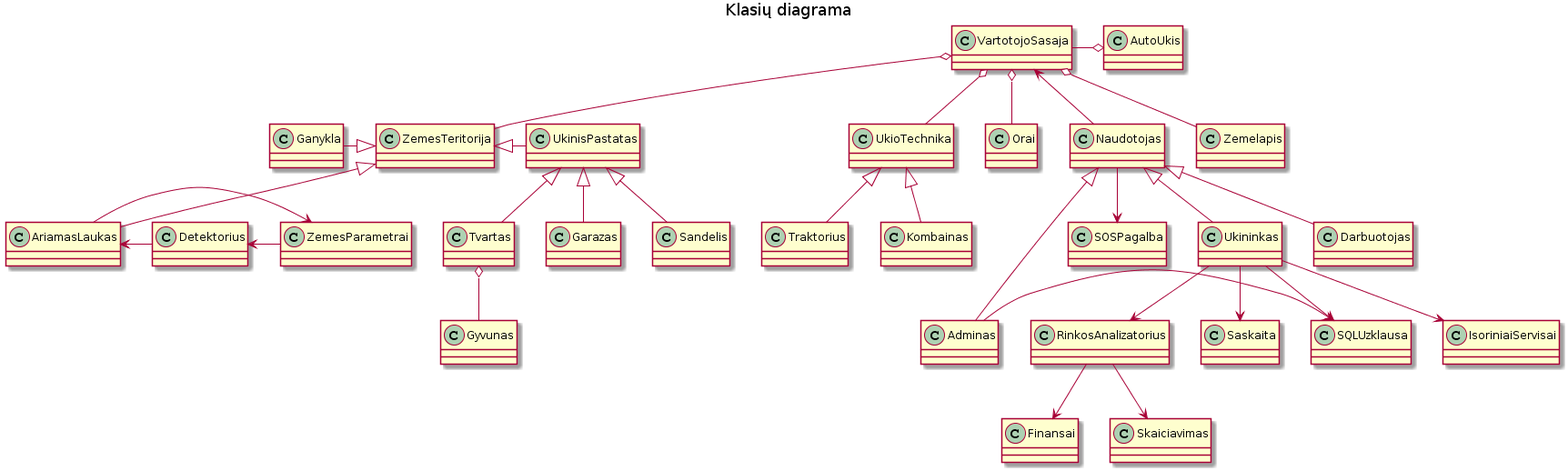
macro161/autoukis keeps this PlantUML diagram as Latex/Klasesv2.png. Above is the earlier version.
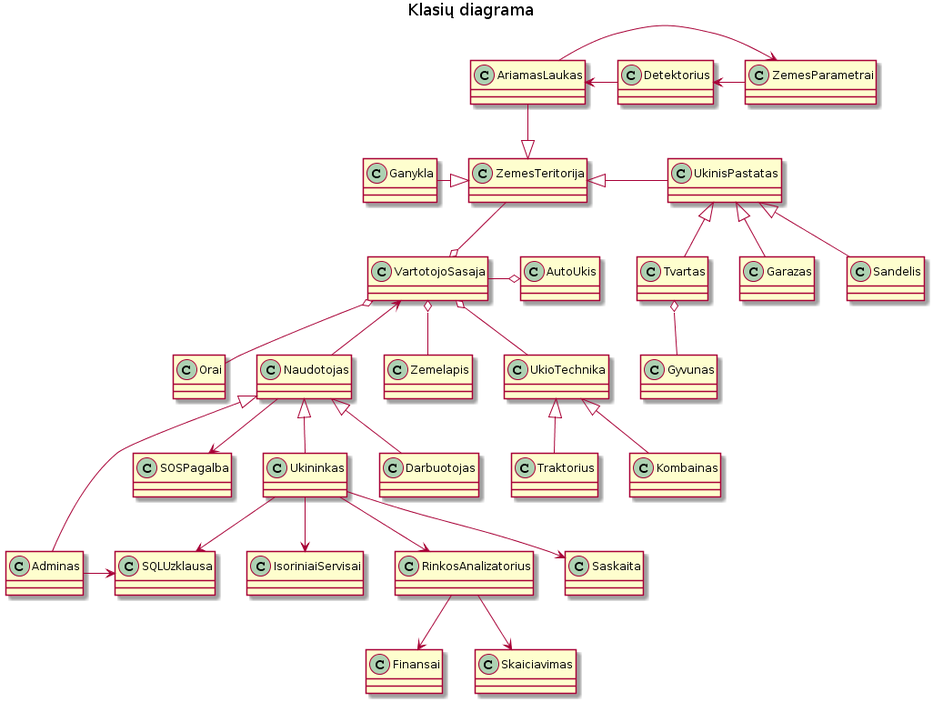
After the commit.

Change to the diagram source:
```diff
@@ -42,7 +42,7 @@
 UkinisPastatas <|-down- Sandelis
 
 ZemesTeritorija <|- UkinisPastatas
-ZemesTeritorija <|-down- AriamasLaukas
+ZemesTeritorija <|-up- AriamasLaukas
 ZemesTeritorija <|-left- Ganykla
 UkioTechnika <|-down- Traktorius
 UkioTechnika <|-down- Kombainas
@@ -59,7 +59,7 @@
 AriamasLaukas -> ZemesParametrai
 Detektorius <- ZemesParametrai
 RinkosAnalizatorius -down-> Skaiciavimas
-VartotojoSasaja o-- ZemesTeritorija
+VartotojoSasaja o-up- ZemesTeritorija
 VartotojoSasaja o-- UkioTechnika
 Ukininkas -down-> RinkosAnalizatorius
 @enduml
```
